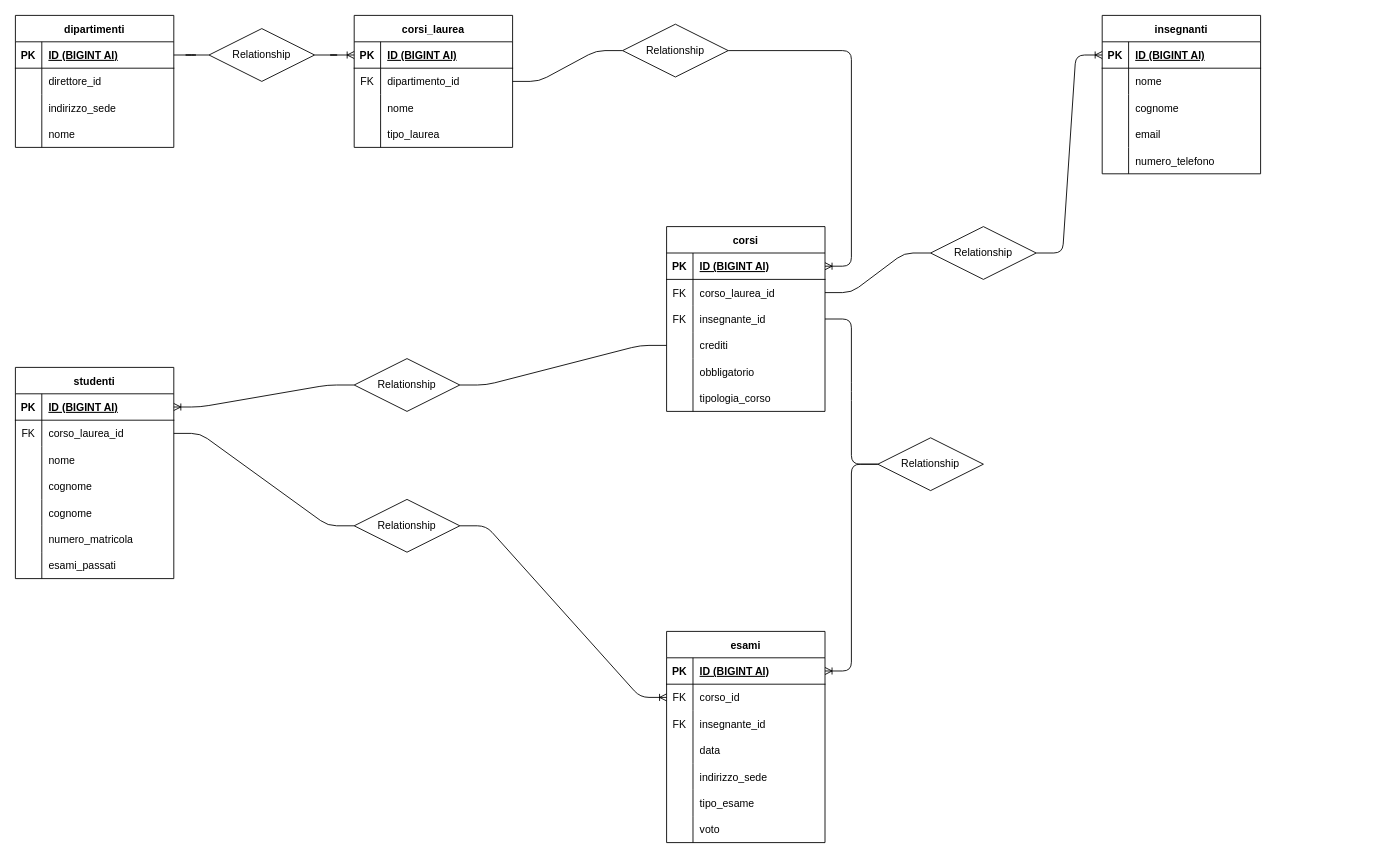
This is schema.drawio from Giulia-Ciampelli/db-university, a draw.io file, before an edit. Source tidied: cells renumbered, new cells numbered last; positions are measured from the earlier drawing's top-left corner, leaving out a move shared by most shapes. Both pictures are drawn from the tidied source at 88%, with x=0, y=0 at pixel (15, 15).
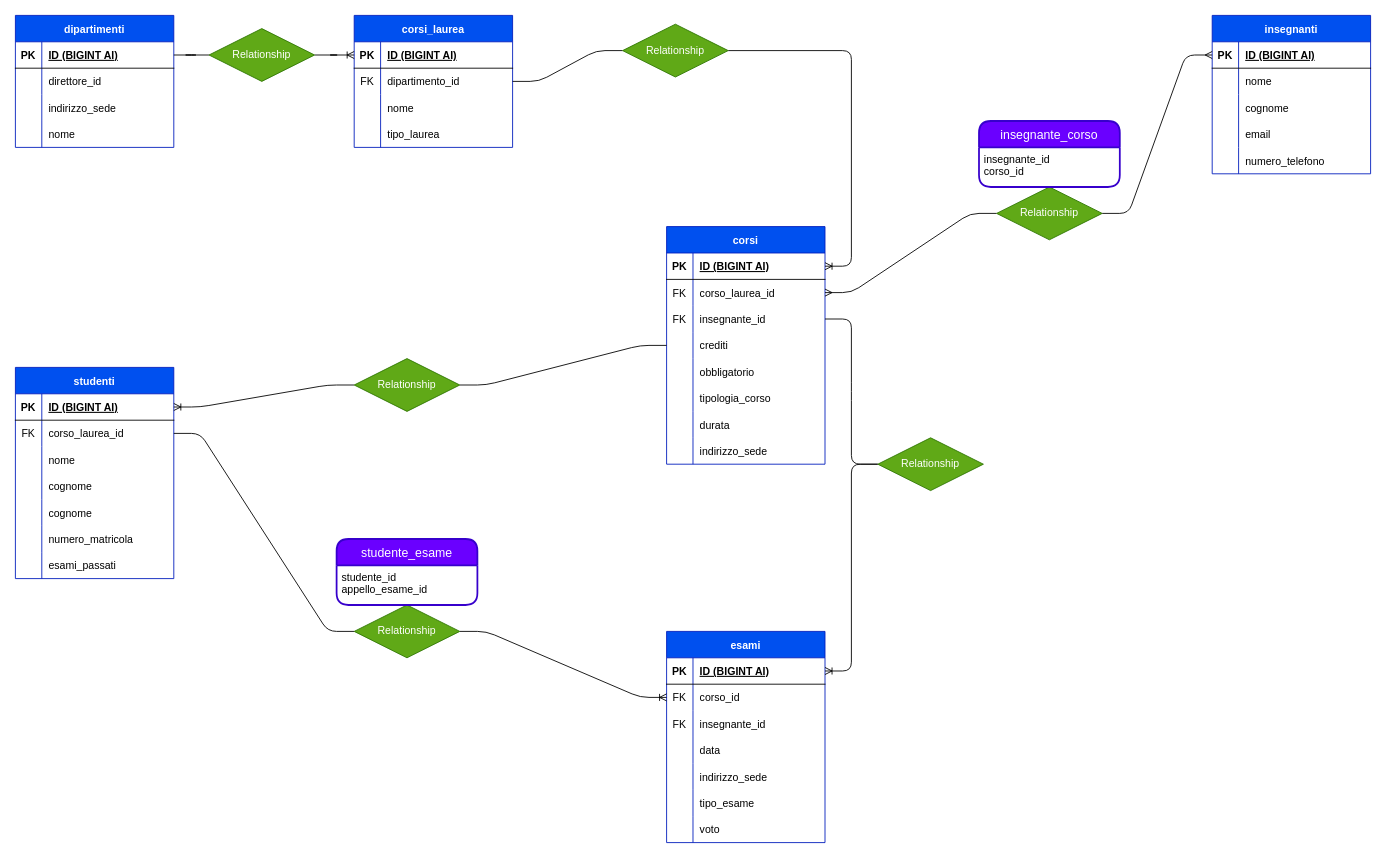
After the change.

The change refers to these unchanged cells:
```xml
<mxCell id="32" style="shape=tableRow;horizontal=0;startSize=0;swimlaneHead=0;swimlaneBody=0;fillColor=none;points=[[0,0.5],[1,0.5]];portConstraint=eastwest;top=0;left=0;right=0;bottom=0;" parent="28" vertex="1">
  <mxGeometry y="60" width="180" height="30" as="geometry" />
</mxCell>
<mxCell id="35" style="shape=tableRow;horizontal=0;startSize=0;swimlaneHead=0;swimlaneBody=0;fillColor=none;points=[[0,0.5],[1,0.5]];portConstraint=eastwest;top=0;left=0;right=0;bottom=0;" parent="28" vertex="1">
  <mxGeometry y="90" width="180" height="30" as="geometry" />
</mxCell>
<mxCell id="48" style="shape=tableRow;horizontal=0;startSize=0;swimlaneHead=0;swimlaneBody=0;fillColor=none;points=[[0,0.5],[1,0.5]];portConstraint=eastwest;top=0;left=0;right=0;bottom=1;" parent="47" vertex="1">
  <mxGeometry y="30" width="180" height="30" as="geometry" />
</mxCell>
```

Diff of the diagram source:
```diff
@@
-    <mxCell id="2" value="dipartimenti" style="shape=table;startSize=30;childLayout=tableLayout;rowLines=0;fontStyle=1;align=center;" parent="1" vertex="1">
+    <mxCell id="2" value="dipartimenti" style="shape=table;startSize=30;childLayout=tableLayout;rowLines=0;fontStyle=1;align=center;fillColor=#0050ef;fontColor=#ffffff;strokeColor=#001DBC;" parent="1" vertex="1">
       <mxGeometry width="180" height="150" as="geometry" />
     </mxCell>
@@
-    <mxCell id="15" value="corsi_laurea" style="shape=table;startSize=30;childLayout=tableLayout;rowLines=0;fontStyle=1;align=center;" parent="1" vertex="1">
+    <mxCell id="15" value="corsi_laurea" style="shape=table;startSize=30;childLayout=tableLayout;rowLines=0;fontStyle=1;align=center;fillColor=#0050ef;fontColor=#ffffff;strokeColor=#001DBC;" parent="1" vertex="1">
       <mxGeometry x="385" width="180" height="150" as="geometry" />
     </mxCell>
@@
-    <mxCell id="28" value="corsi" style="shape=table;startSize=30;childLayout=tableLayout;rowLines=0;fontStyle=1;align=center;" parent="1" vertex="1">
-      <mxGeometry x="740" y="240" width="180" height="210" as="geometry" />
+    <mxCell id="28" value="corsi" style="shape=table;startSize=30;childLayout=tableLayout;rowLines=0;fontStyle=1;align=center;fillColor=#0050ef;fontColor=#ffffff;strokeColor=#001DBC;" parent="1" vertex="1">
+      <mxGeometry x="740" y="240" width="180" height="270" as="geometry" />
     </mxCell>
@@
+    <mxCell id="125" style="shape=tableRow;horizontal=0;startSize=0;swimlaneHead=0;swimlaneBody=0;fillColor=none;top=0;left=0;right=0;bottom=0;" parent="28" vertex="1">
+      <mxGeometry y="210" width="180" height="30" as="geometry" />
+    </mxCell>
+    <mxCell id="126" style="shape=partialRectangle;fillColor=none;top=0;left=0;bottom=0;right=0;overflow=hidden;" parent="125" vertex="1">
+      <mxGeometry width="30" height="30" as="geometry" />
+    </mxCell>
+    <mxCell id="127" value="durata" style="shape=partialRectangle;fillColor=none;top=0;left=0;bottom=0;right=0;align=left;spacingLeft=6;overflow=hidden;" parent="125" vertex="1">
+      <mxGeometry x="30" width="150" height="30" as="geometry" />
+    </mxCell>
+    <mxCell id="128" style="shape=tableRow;horizontal=0;startSize=0;swimlaneHead=0;swimlaneBody=0;fillColor=none;top=0;left=0;right=0;bottom=0;" parent="28" vertex="1">
+      <mxGeometry y="240" width="180" height="30" as="geometry" />
+    </mxCell>
+    <mxCell id="129" style="shape=partialRectangle;fillColor=none;top=0;left=0;bottom=0;right=0;overflow=hidden;" parent="128" vertex="1">
+      <mxGeometry width="30" height="30" as="geometry" />
+    </mxCell>
+    <mxCell id="130" value="indirizzo_sede" style="shape=partialRectangle;fillColor=none;top=0;left=0;bottom=0;right=0;align=left;spacingLeft=6;overflow=hidden;" parent="128" vertex="1">
+      <mxGeometry x="30" width="150" height="30" as="geometry" />
+    </mxCell>
-    <mxCell id="47" value="insegnanti" style="shape=table;startSize=30;childLayout=tableLayout;rowLines=0;fontStyle=1;align=center;" parent="1" vertex="1">
-      <mxGeometry x="1235" width="180" height="180" as="geometry" />
+    <mxCell id="47" value="insegnanti" style="shape=table;startSize=30;childLayout=tableLayout;rowLines=0;fontStyle=1;align=center;fillColor=#0050ef;fontColor=#ffffff;strokeColor=#001DBC;" parent="1" vertex="1">
+      <mxGeometry x="1360" width="180" height="180" as="geometry" />
     </mxCell>
@@
-    <mxCell id="63" value="esami" style="shape=table;startSize=30;childLayout=tableLayout;rowLines=0;fontStyle=1;align=center;" parent="1" vertex="1">
+    <mxCell id="63" value="esami" style="shape=table;startSize=30;childLayout=tableLayout;rowLines=0;fontStyle=1;align=center;fillColor=#0050ef;fontColor=#ffffff;strokeColor=#001DBC;" parent="1" vertex="1">
       <mxGeometry x="740" y="700" width="180" height="240" as="geometry" />
     </mxCell>
@@
-    <mxCell id="85" value="studenti" style="shape=table;startSize=30;childLayout=tableLayout;rowLines=0;fontStyle=1;align=center;" parent="1" vertex="1">
+    <mxCell id="85" value="studenti" style="shape=table;startSize=30;childLayout=tableLayout;rowLines=0;fontStyle=1;align=center;fillColor=#0050ef;fontColor=#ffffff;strokeColor=#001DBC;" parent="1" vertex="1">
       <mxGeometry y="400" width="180" height="240" as="geometry" />
     </mxCell>
@@
-    <mxCell id="109" style="edgeStyle=entityRelationEdgeStyle;fontSize=12;html=1;endArrow=ERoneToMany;exitX=1;exitY=0.5;exitDx=0;exitDy=0;startArrow=none;" parent="1" edge="1" source="122" target="48">
-      <mxGeometry relative="1" as="geometry" />
-    </mxCell>
@@
-    <mxCell id="114" value="Relationship" style="shape=rhombus;perimeter=rhombusPerimeter;whiteSpace=wrap;html=1;align=center;" parent="1" vertex="1">
-      <mxGeometry x="385" y="550" width="120" height="60" as="geometry" />
+    <mxCell id="114" value="Relationship" style="shape=rhombus;perimeter=rhombusPerimeter;whiteSpace=wrap;html=1;align=center;fillColor=#60a917;fontColor=#ffffff;strokeColor=#2D7600;" parent="1" vertex="1">
+      <mxGeometry x="385" y="670" width="120" height="60" as="geometry" />
     </mxCell>
@@
-    <mxCell id="116" value="Relationship" style="shape=rhombus;perimeter=rhombusPerimeter;whiteSpace=wrap;html=1;align=center;" parent="1" vertex="1">
+    <mxCell id="116" value="Relationship" style="shape=rhombus;perimeter=rhombusPerimeter;whiteSpace=wrap;html=1;align=center;fillColor=#60a917;fontColor=#ffffff;strokeColor=#2D7600;" parent="1" vertex="1">
       <mxGeometry x="385" y="390" width="120" height="60" as="geometry" />
     </mxCell>
@@
-    <mxCell id="118" value="Relationship" style="shape=rhombus;perimeter=rhombusPerimeter;whiteSpace=wrap;html=1;align=center;" parent="1" vertex="1">
+    <mxCell id="118" value="Relationship" style="shape=rhombus;perimeter=rhombusPerimeter;whiteSpace=wrap;html=1;align=center;fillColor=#60a917;fontColor=#ffffff;strokeColor=#2D7600;" parent="1" vertex="1">
       <mxGeometry x="220" y="15" width="120" height="60" as="geometry" />
     </mxCell>
@@
-    <mxCell id="120" value="Relationship" style="shape=rhombus;perimeter=rhombusPerimeter;whiteSpace=wrap;html=1;align=center;" parent="1" vertex="1">
+    <mxCell id="120" value="Relationship" style="shape=rhombus;perimeter=rhombusPerimeter;whiteSpace=wrap;html=1;align=center;fillColor=#60a917;fontColor=#ffffff;strokeColor=#2D7600;" parent="1" vertex="1">
       <mxGeometry x="690" y="10" width="120" height="60" as="geometry" />
     </mxCell>
+    <mxCell id="123" style="edgeStyle=entityRelationEdgeStyle;fontSize=12;html=1;endArrow=none;" parent="1" edge="1" source="35" target="124">
+      <mxGeometry relative="1" as="geometry" />
+    </mxCell>
+    <mxCell id="124" value="Relationship" style="shape=rhombus;perimeter=rhombusPerimeter;whiteSpace=wrap;html=1;align=center;fillColor=#60a917;fontColor=#ffffff;strokeColor=#2D7600;" parent="1" vertex="1">
+      <mxGeometry x="980" y="480" width="120" height="60" as="geometry" />
+    </mxCell>
+    <mxCell id="109" style="edgeStyle=entityRelationEdgeStyle;fontSize=12;html=1;endArrow=ERmany;startArrow=none;entryX=0;entryY=0.5;entryDx=0;entryDy=0;" parent="1" edge="1" source="122" target="48">
+      <mxGeometry relative="1" as="geometry" />
+    </mxCell>
-    <mxCell id="121" style="edgeStyle=entityRelationEdgeStyle;fontSize=12;html=1;endArrow=none;exitX=1;exitY=0.5;exitDx=0;exitDy=0;" parent="1" edge="1" source="32" target="122">
+    <mxCell id="121" style="edgeStyle=entityRelationEdgeStyle;fontSize=12;html=1;endArrow=none;startArrow=ERmany;entryX=0;entryY=0.5;entryDx=0;entryDy=0;" parent="1" edge="1" source="32" target="122">
       <mxGeometry relative="1" as="geometry" />
     </mxCell>
-    <mxCell id="122" value="Relationship" style="shape=rhombus;perimeter=rhombusPerimeter;whiteSpace=wrap;html=1;align=center;" parent="1" vertex="1">
-      <mxGeometry x="1040" y="240" width="120" height="60" as="geometry" />
+    <mxCell id="122" value="Relationship" style="shape=rhombus;perimeter=rhombusPerimeter;whiteSpace=wrap;html=1;align=center;fillColor=#60a917;fontColor=#ffffff;strokeColor=#2D7600;" parent="1" vertex="1">
+      <mxGeometry x="1115" y="195" width="120" height="60" as="geometry" />
     </mxCell>
-    <mxCell id="123" style="edgeStyle=entityRelationEdgeStyle;fontSize=12;html=1;endArrow=none;" parent="1" edge="1" source="35" target="124">
-      <mxGeometry relative="1" as="geometry" />
-    </mxCell>
-    <mxCell id="124" value="Relationship" style="shape=rhombus;perimeter=rhombusPerimeter;whiteSpace=wrap;html=1;align=center;" parent="1" vertex="1">
-      <mxGeometry x="980" y="480" width="120" height="60" as="geometry" />
-    </mxCell>
+    <mxCell id="131" value="insegnante_corso" style="swimlane;horizontal=1;startSize=30;rounded=1;fontSize=14;fontStyle=0;strokeWidth=2;shadow=0;dashed=0;align=center;fillColor=#6a00ff;fontColor=#ffffff;strokeColor=#3700CC;" parent="1" vertex="1">
+      <mxGeometry x="1095" y="120" width="160" height="75" as="geometry" />
+    </mxCell>
+    <mxCell id="132" value="insegnante_id&#10;corso_id" style="align=left;strokeColor=none;fillColor=none;spacingLeft=4;fontSize=12;verticalAlign=top;" parent="131" vertex="1">
+      <mxGeometry y="30" width="160" height="45" as="geometry" />
+    </mxCell>
+    <mxCell id="133" value="studente_esame" style="swimlane;horizontal=1;startSize=30;rounded=1;fontSize=14;fontStyle=0;strokeWidth=2;shadow=0;dashed=0;align=center;fillColor=#6a00ff;fontColor=#ffffff;strokeColor=#3700CC;" parent="1" vertex="1">
+      <mxGeometry x="365" y="595" width="160" height="75" as="geometry" />
+    </mxCell>
+    <mxCell id="134" value="studente_id&#10;appello_esame_id" style="align=left;strokeColor=none;fillColor=none;spacingLeft=4;fontSize=12;verticalAlign=top;" parent="133" vertex="1">
+      <mxGeometry y="30" width="160" height="45" as="geometry" />
+    </mxCell>
```
